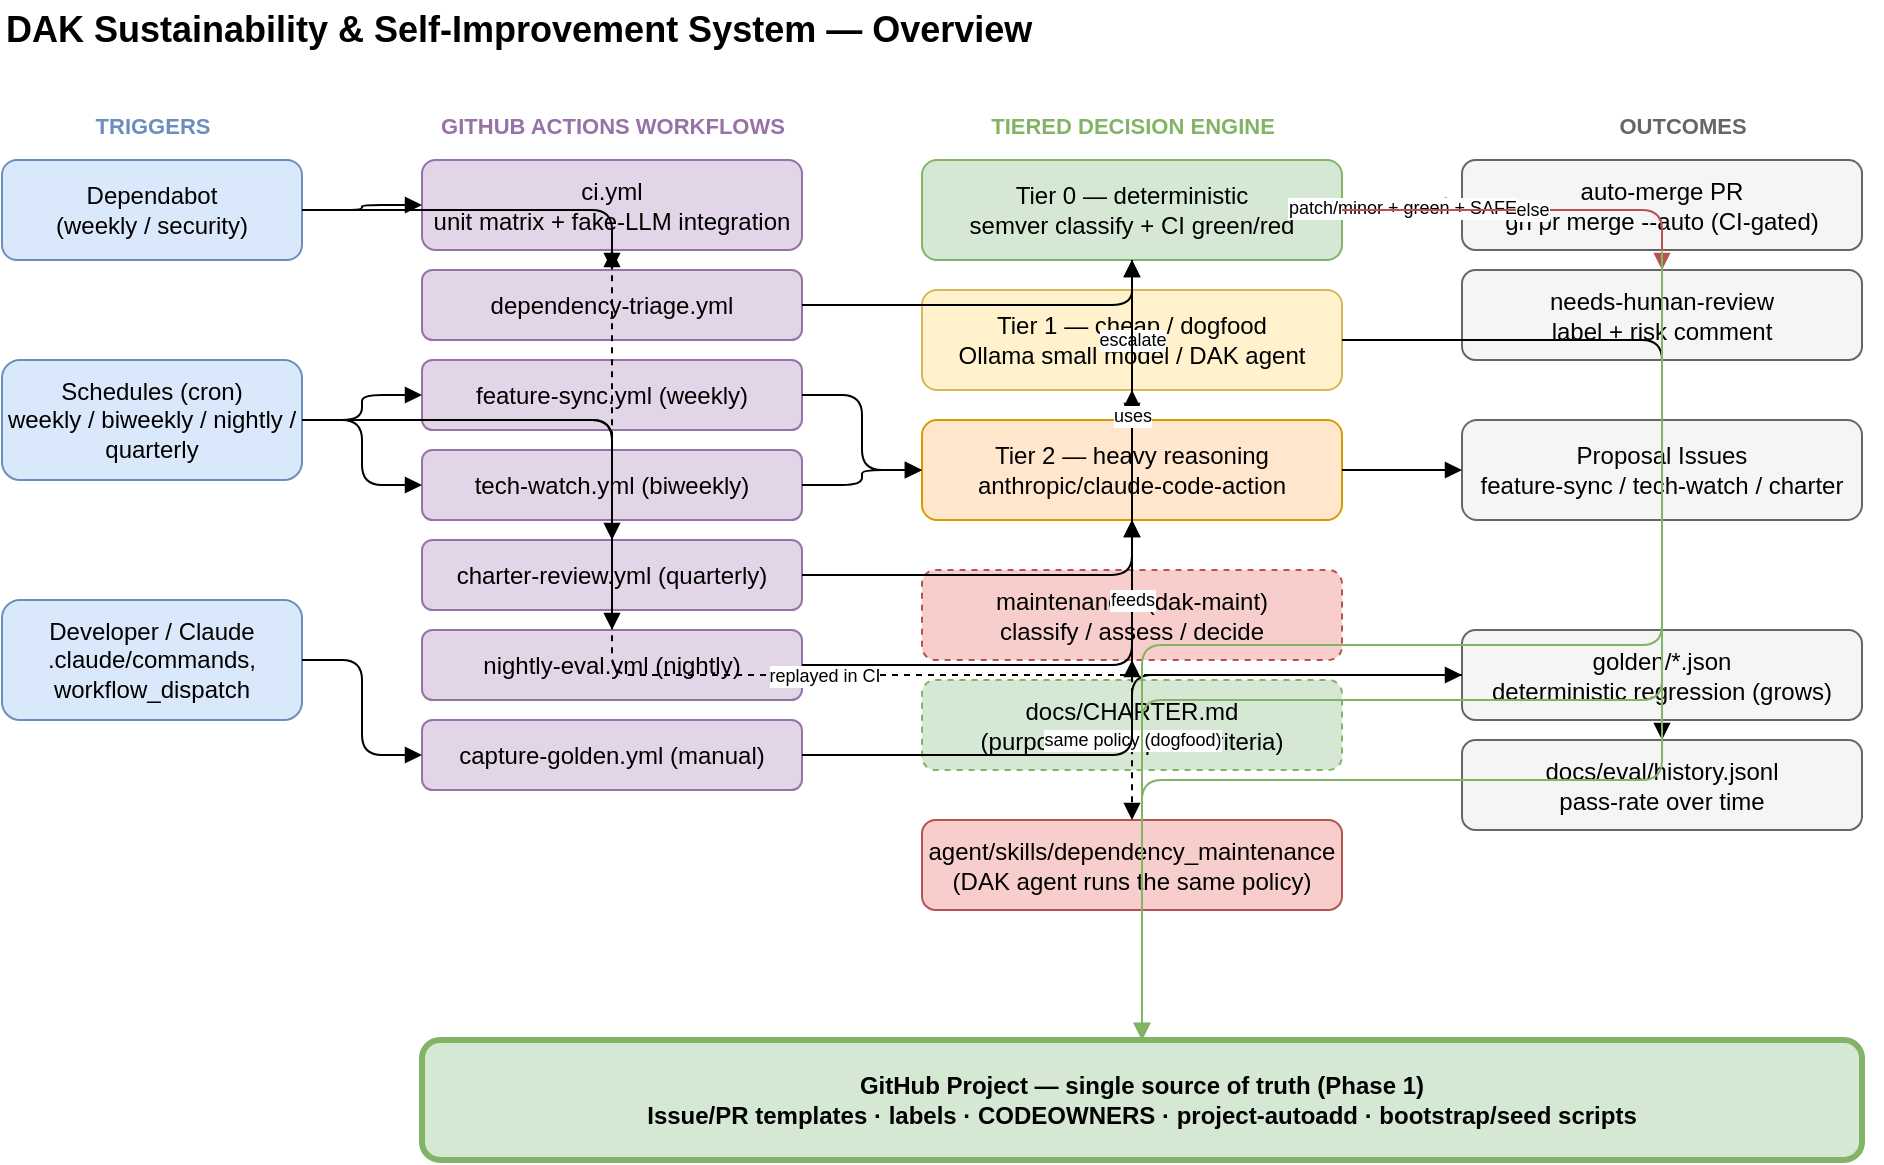
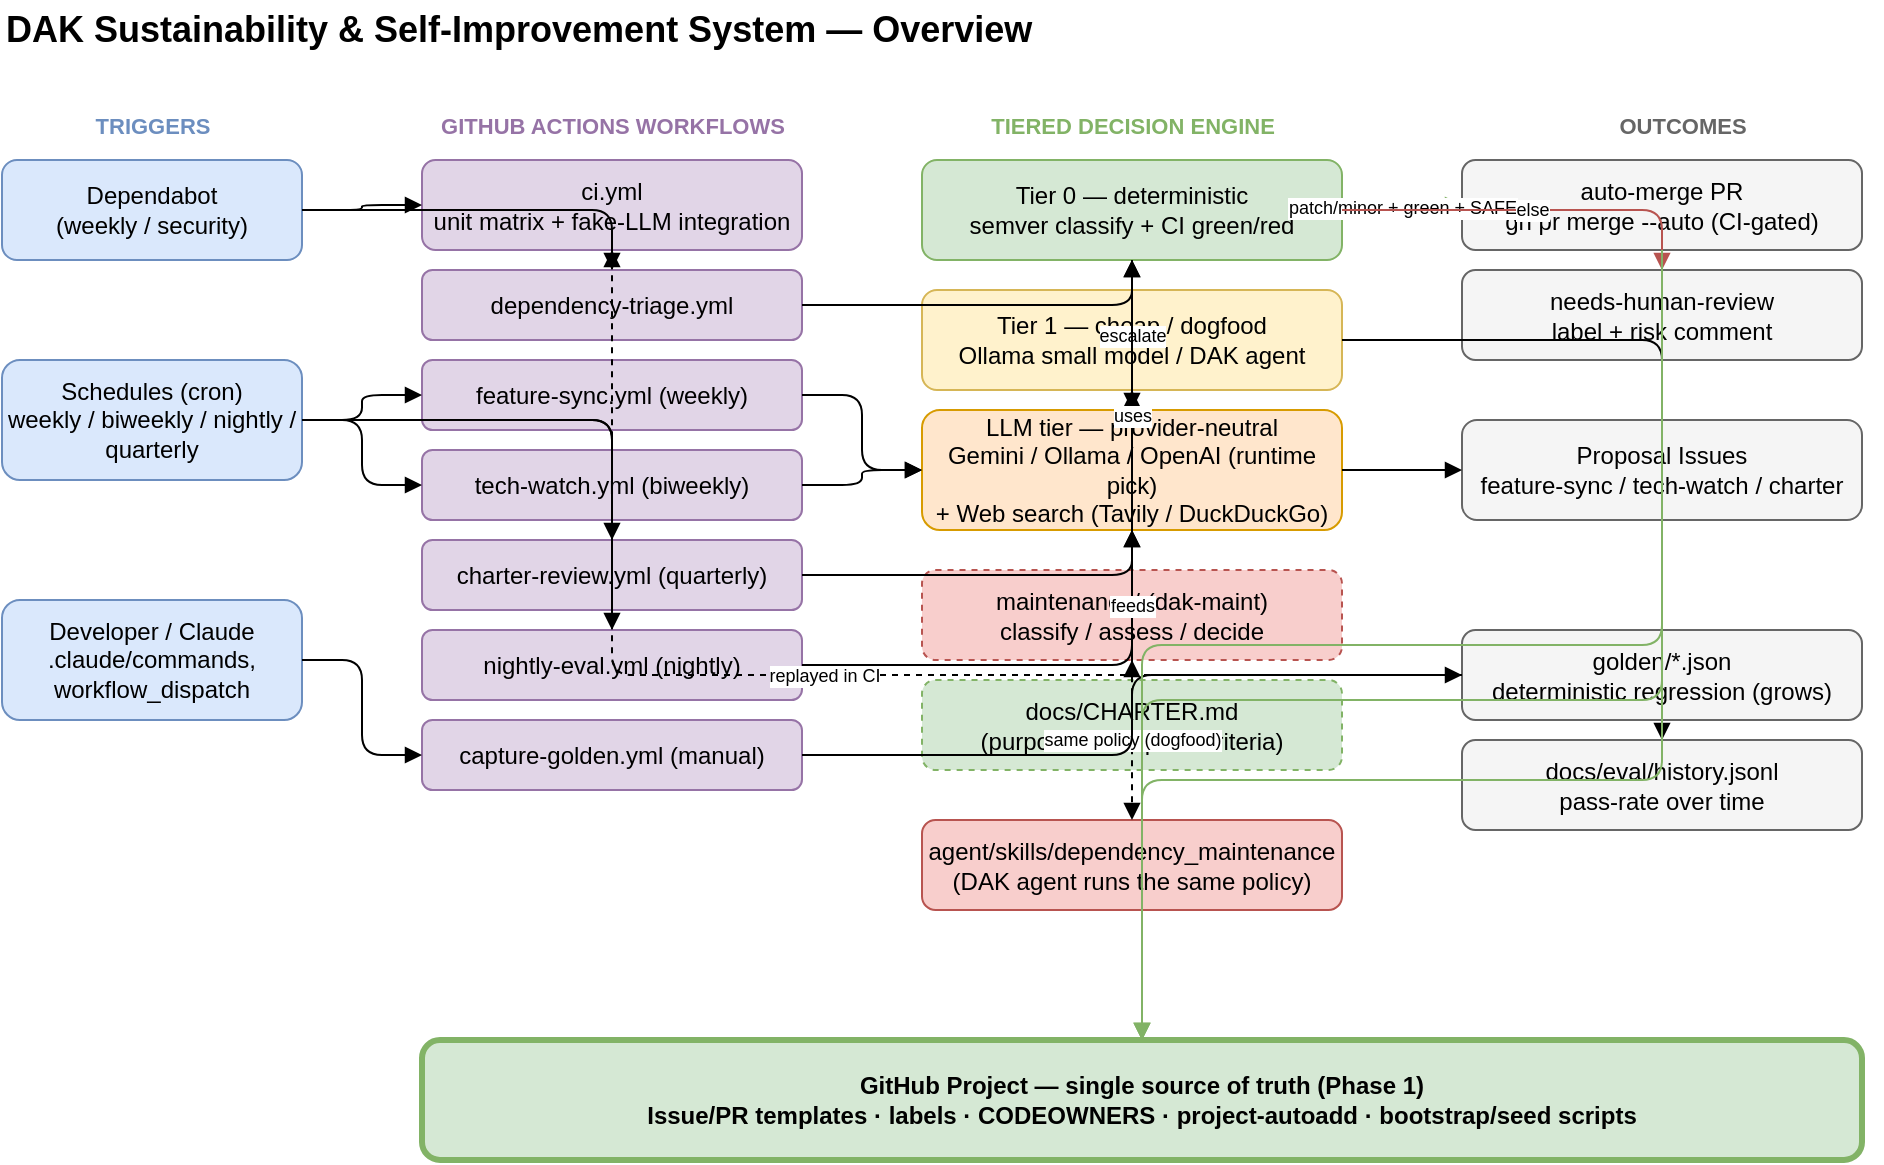
<mxfile host="app.diagrams.net" agent="DAK" version="24.0.0">
  <diagram name="1. System Overview" id="overview">
    <mxGraphModel dx="1400" dy="900" grid="1" gridSize="10" guides="1" tooltips="1" connect="1" arrows="1" fold="1" page="1" pageScale="1" pageWidth="1500" pageHeight="1000" math="0" shadow="0">
      <root>
        <mxCell id="0" />
        <mxCell id="1" parent="0" />

        <mxCell id="title" value="DAK Sustainability &amp; Self-Improvement System — Overview" style="text;html=1;fontSize=18;fontStyle=1;align=left;verticalAlign=middle;" vertex="1" parent="1">
          <mxGeometry x="40" y="20" width="800" height="30" as="geometry" />
        </mxCell>

        <!-- ===== Lane titles ===== -->
        <mxCell id="lt1" value="TRIGGERS" style="text;html=1;fontSize=11;fontStyle=1;fontColor=#6c8ebf;align=center;" vertex="1" parent="1"><mxGeometry x="40" y="70" width="150" height="20" as="geometry" /></mxCell>
        <mxCell id="lt2" value="GITHUB ACTIONS WORKFLOWS" style="text;html=1;fontSize=11;fontStyle=1;fontColor=#9673a6;align=center;" vertex="1" parent="1"><mxGeometry x="250" y="70" width="190" height="20" as="geometry" /></mxCell>
        <mxCell id="lt3" value="TIERED DECISION ENGINE" style="text;html=1;fontSize=11;fontStyle=1;fontColor=#82b366;align=center;" vertex="1" parent="1"><mxGeometry x="500" y="70" width="210" height="20" as="geometry" /></mxCell>
        <mxCell id="lt4" value="OUTCOMES" style="text;html=1;fontSize=11;fontStyle=1;fontColor=#666666;align=center;" vertex="1" parent="1"><mxGeometry x="780" y="70" width="200" height="20" as="geometry" /></mxCell>

        <!-- ===== Triggers ===== -->
        <mxCell id="T1" value="Dependabot&#10;(weekly / security)" style="rounded=1;whiteSpace=wrap;html=1;fillColor=#dae8fc;strokeColor=#6c8ebf;" vertex="1" parent="1"><mxGeometry x="40" y="100" width="150" height="50" as="geometry" /></mxCell>
        <mxCell id="T2" value="Schedules (cron)&#10;weekly / biweekly / nightly / quarterly" style="rounded=1;whiteSpace=wrap;html=1;fillColor=#dae8fc;strokeColor=#6c8ebf;" vertex="1" parent="1"><mxGeometry x="40" y="200" width="150" height="60" as="geometry" /></mxCell>
        <mxCell id="T3" value="Developer / Claude&#10;.claude/commands, workflow_dispatch" style="rounded=1;whiteSpace=wrap;html=1;fillColor=#dae8fc;strokeColor=#6c8ebf;" vertex="1" parent="1"><mxGeometry x="40" y="320" width="150" height="60" as="geometry" /></mxCell>

        <!-- ===== Workflows ===== -->
        <mxCell id="W1" value="ci.yml&#10;unit matrix + fake-LLM integration" style="rounded=1;whiteSpace=wrap;html=1;fillColor=#e1d5e7;strokeColor=#9673a6;" vertex="1" parent="1"><mxGeometry x="250" y="100" width="190" height="45" as="geometry" /></mxCell>
        <mxCell id="W2" value="dependency-triage.yml" style="rounded=1;whiteSpace=wrap;html=1;fillColor=#e1d5e7;strokeColor=#9673a6;" vertex="1" parent="1"><mxGeometry x="250" y="155" width="190" height="35" as="geometry" /></mxCell>
        <mxCell id="W3" value="feature-sync.yml (weekly)" style="rounded=1;whiteSpace=wrap;html=1;fillColor=#e1d5e7;strokeColor=#9673a6;" vertex="1" parent="1"><mxGeometry x="250" y="200" width="190" height="35" as="geometry" /></mxCell>
        <mxCell id="W4" value="tech-watch.yml (biweekly)" style="rounded=1;whiteSpace=wrap;html=1;fillColor=#e1d5e7;strokeColor=#9673a6;" vertex="1" parent="1"><mxGeometry x="250" y="245" width="190" height="35" as="geometry" /></mxCell>
        <mxCell id="W5" value="charter-review.yml (quarterly)" style="rounded=1;whiteSpace=wrap;html=1;fillColor=#e1d5e7;strokeColor=#9673a6;" vertex="1" parent="1"><mxGeometry x="250" y="290" width="190" height="35" as="geometry" /></mxCell>
        <mxCell id="W6" value="nightly-eval.yml (nightly)" style="rounded=1;whiteSpace=wrap;html=1;fillColor=#e1d5e7;strokeColor=#9673a6;" vertex="1" parent="1"><mxGeometry x="250" y="335" width="190" height="35" as="geometry" /></mxCell>
        <mxCell id="W7" value="capture-golden.yml (manual)" style="rounded=1;whiteSpace=wrap;html=1;fillColor=#e1d5e7;strokeColor=#9673a6;" vertex="1" parent="1"><mxGeometry x="250" y="380" width="190" height="35" as="geometry" /></mxCell>

        <!-- ===== Tiered engine ===== -->
        <mxCell id="E0" value="Tier 0 — deterministic&#10;semver classify + CI green/red" style="rounded=1;whiteSpace=wrap;html=1;fillColor=#d5e8d4;strokeColor=#82b366;" vertex="1" parent="1"><mxGeometry x="500" y="100" width="210" height="50" as="geometry" /></mxCell>
        <mxCell id="E1" value="Tier 1 — cheap / dogfood&#10;Ollama small model / DAK agent" style="rounded=1;whiteSpace=wrap;html=1;fillColor=#fff2cc;strokeColor=#d6b656;" vertex="1" parent="1"><mxGeometry x="500" y="165" width="210" height="50" as="geometry" /></mxCell>
-         <mxCell id="E2" value="Tier 2 — heavy reasoning&#10;anthropic/claude-code-action" style="rounded=1;whiteSpace=wrap;html=1;fillColor=#ffe6cc;strokeColor=#d79b00;" vertex="1" parent="1"><mxGeometry x="500" y="230" width="210" height="50" as="geometry" /></mxCell>
+         <mxCell id="E2" value="LLM tier — provider-neutral&#10;Gemini / Ollama / OpenAI (runtime pick)&#10;+ Web search (Tavily / DuckDuckGo)" style="rounded=1;whiteSpace=wrap;html=1;fillColor=#ffe6cc;strokeColor=#d79b00;" vertex="1" parent="1"><mxGeometry x="500" y="225" width="210" height="60" as="geometry" /></mxCell>

        <mxCell id="IN2" value="maintenance/ (dak-maint)&#10;classify / assess / decide" style="rounded=1;whiteSpace=wrap;html=1;fillColor=#f8cecc;strokeColor=#b85450;dashed=1;" vertex="1" parent="1"><mxGeometry x="500" y="305" width="210" height="45" as="geometry" /></mxCell>
        <mxCell id="IN1" value="docs/CHARTER.md&#10;(purpose &amp; adoption criteria)" style="rounded=1;whiteSpace=wrap;html=1;fillColor=#d5e8d4;strokeColor=#82b366;dashed=1;" vertex="1" parent="1"><mxGeometry x="500" y="360" width="210" height="45" as="geometry" /></mxCell>

        <!-- ===== Outcomes ===== -->
        <mxCell id="O1" value="auto-merge PR&#10;gh pr merge --auto (CI-gated)" style="rounded=1;whiteSpace=wrap;html=1;fillColor=#f5f5f5;strokeColor=#666666;" vertex="1" parent="1"><mxGeometry x="770" y="100" width="200" height="45" as="geometry" /></mxCell>
        <mxCell id="O2" value="needs-human-review&#10;label + risk comment" style="rounded=1;whiteSpace=wrap;html=1;fillColor=#f5f5f5;strokeColor=#666666;" vertex="1" parent="1"><mxGeometry x="770" y="155" width="200" height="45" as="geometry" /></mxCell>
        <mxCell id="O3" value="Proposal Issues&#10;feature-sync / tech-watch / charter" style="rounded=1;whiteSpace=wrap;html=1;fillColor=#f5f5f5;strokeColor=#666666;" vertex="1" parent="1"><mxGeometry x="770" y="230" width="200" height="50" as="geometry" /></mxCell>
        <mxCell id="O4" value="golden/*.json&#10;deterministic regression (grows)" style="rounded=1;whiteSpace=wrap;html=1;fillColor=#f5f5f5;strokeColor=#666666;" vertex="1" parent="1"><mxGeometry x="770" y="335" width="200" height="45" as="geometry" /></mxCell>
        <mxCell id="O5" value="docs/eval/history.jsonl&#10;pass-rate over time" style="rounded=1;whiteSpace=wrap;html=1;fillColor=#f5f5f5;strokeColor=#666666;" vertex="1" parent="1"><mxGeometry x="770" y="390" width="200" height="45" as="geometry" /></mxCell>

        <!-- ===== Dogfood skill ===== -->
        <mxCell id="D1" value="agent/skills/dependency_maintenance&#10;(DAK agent runs the same policy)" style="rounded=1;whiteSpace=wrap;html=1;fillColor=#f8cecc;strokeColor=#b85450;" vertex="1" parent="1"><mxGeometry x="500" y="430" width="210" height="45" as="geometry" /></mxCell>

        <!-- ===== Hub ===== -->
        <mxCell id="HUB" value="GitHub Project — single source of truth (Phase 1)&#10;Issue/PR templates · labels · CODEOWNERS · project-autoadd · bootstrap/seed scripts" style="rounded=1;whiteSpace=wrap;html=1;fillColor=#d5e8d4;strokeColor=#82b366;strokeWidth=3;fontStyle=1;" vertex="1" parent="1"><mxGeometry x="250" y="540" width="720" height="60" as="geometry" /></mxCell>

        <!-- ===== Edges ===== -->
        <mxCell id="e1" style="edgeStyle=orthogonalEdgeStyle;rounded=1;html=1;endArrow=block;" edge="1" parent="1" source="T1" target="W1"><mxGeometry relative="1" as="geometry" /></mxCell>
        <mxCell id="e2" style="edgeStyle=orthogonalEdgeStyle;rounded=1;html=1;endArrow=block;" edge="1" parent="1" source="T1" target="W2"><mxGeometry relative="1" as="geometry" /></mxCell>
        <mxCell id="e3" style="edgeStyle=orthogonalEdgeStyle;rounded=1;html=1;endArrow=block;" edge="1" parent="1" source="T2" target="W3"><mxGeometry relative="1" as="geometry" /></mxCell>
        <mxCell id="e4" style="edgeStyle=orthogonalEdgeStyle;rounded=1;html=1;endArrow=block;" edge="1" parent="1" source="T2" target="W4"><mxGeometry relative="1" as="geometry" /></mxCell>
        <mxCell id="e5" style="edgeStyle=orthogonalEdgeStyle;rounded=1;html=1;endArrow=block;" edge="1" parent="1" source="T2" target="W5"><mxGeometry relative="1" as="geometry" /></mxCell>
        <mxCell id="e6" style="edgeStyle=orthogonalEdgeStyle;rounded=1;html=1;endArrow=block;" edge="1" parent="1" source="T2" target="W6"><mxGeometry relative="1" as="geometry" /></mxCell>
        <mxCell id="e7" style="edgeStyle=orthogonalEdgeStyle;rounded=1;html=1;endArrow=block;" edge="1" parent="1" source="T3" target="W7"><mxGeometry relative="1" as="geometry" /></mxCell>

        <mxCell id="e8" style="edgeStyle=orthogonalEdgeStyle;rounded=1;html=1;endArrow=block;" edge="1" parent="1" source="W2" target="E0"><mxGeometry relative="1" as="geometry" /></mxCell>
        <mxCell id="e9" value="escalate" style="edgeStyle=orthogonalEdgeStyle;rounded=1;html=1;endArrow=block;dashed=1;fontSize=9;" edge="1" parent="1" source="E0" target="E2"><mxGeometry relative="1" as="geometry" /></mxCell>
        <mxCell id="e10" style="edgeStyle=orthogonalEdgeStyle;rounded=1;html=1;endArrow=block;" edge="1" parent="1" source="W3" target="E2"><mxGeometry relative="1" as="geometry" /></mxCell>
        <mxCell id="e11" style="edgeStyle=orthogonalEdgeStyle;rounded=1;html=1;endArrow=block;" edge="1" parent="1" source="W4" target="E2"><mxGeometry relative="1" as="geometry" /></mxCell>
        <mxCell id="e12" style="edgeStyle=orthogonalEdgeStyle;rounded=1;html=1;endArrow=block;" edge="1" parent="1" source="W5" target="E2"><mxGeometry relative="1" as="geometry" /></mxCell>
        <mxCell id="e13" style="edgeStyle=orthogonalEdgeStyle;rounded=1;html=1;endArrow=block;" edge="1" parent="1" source="W6" target="E1"><mxGeometry relative="1" as="geometry" /></mxCell>

        <mxCell id="e14" value="uses" style="edgeStyle=orthogonalEdgeStyle;rounded=1;html=1;endArrow=block;fontSize=9;" edge="1" parent="1" source="IN2" target="E0"><mxGeometry relative="1" as="geometry" /></mxCell>
        <mxCell id="e15" value="feeds" style="edgeStyle=orthogonalEdgeStyle;rounded=1;html=1;endArrow=block;fontSize=9;" edge="1" parent="1" source="IN1" target="E2"><mxGeometry relative="1" as="geometry" /></mxCell>
        <mxCell id="e16" value="same policy (dogfood)" style="edgeStyle=orthogonalEdgeStyle;rounded=1;html=1;startArrow=block;endArrow=block;dashed=1;fontSize=9;" edge="1" parent="1" source="IN2" target="D1"><mxGeometry relative="1" as="geometry" /></mxCell>

        <mxCell id="e17" value="patch/minor + green + SAFE" style="edgeStyle=orthogonalEdgeStyle;rounded=1;html=1;endArrow=block;fontSize=9;strokeColor=#82b366;" edge="1" parent="1" source="E0" target="O1"><mxGeometry relative="1" as="geometry" /></mxCell>
        <mxCell id="e18" value="else" style="edgeStyle=orthogonalEdgeStyle;rounded=1;html=1;endArrow=block;fontSize=9;strokeColor=#b85450;" edge="1" parent="1" source="E0" target="O2"><mxGeometry relative="1" as="geometry" /></mxCell>
        <mxCell id="e19" style="edgeStyle=orthogonalEdgeStyle;rounded=1;html=1;endArrow=block;" edge="1" parent="1" source="E2" target="O3"><mxGeometry relative="1" as="geometry" /></mxCell>
        <mxCell id="e20" style="edgeStyle=orthogonalEdgeStyle;rounded=1;html=1;endArrow=block;" edge="1" parent="1" source="W7" target="O4"><mxGeometry relative="1" as="geometry" /></mxCell>
        <mxCell id="e21" style="edgeStyle=orthogonalEdgeStyle;rounded=1;html=1;endArrow=block;" edge="1" parent="1" source="E1" target="O5"><mxGeometry relative="1" as="geometry" /></mxCell>
        <mxCell id="e22" value="replayed in CI" style="edgeStyle=orthogonalEdgeStyle;rounded=1;html=1;endArrow=block;dashed=1;fontSize=9;" edge="1" parent="1" source="O4" target="W1"><mxGeometry relative="1" as="geometry" /></mxCell>

        <!-- into hub -->
        <mxCell id="e23" style="edgeStyle=orthogonalEdgeStyle;rounded=1;html=1;endArrow=block;strokeColor=#82b366;" edge="1" parent="1" source="O1" target="HUB"><mxGeometry relative="1" as="geometry" /></mxCell>
        <mxCell id="e24" style="edgeStyle=orthogonalEdgeStyle;rounded=1;html=1;endArrow=block;strokeColor=#82b366;" edge="1" parent="1" source="O2" target="HUB"><mxGeometry relative="1" as="geometry" /></mxCell>
        <mxCell id="e25" style="edgeStyle=orthogonalEdgeStyle;rounded=1;html=1;endArrow=block;strokeColor=#82b366;" edge="1" parent="1" source="O3" target="HUB"><mxGeometry relative="1" as="geometry" /></mxCell>
      </root>
    </mxGraphModel>
  </diagram>

  <diagram name="2. Dependency triage flow" id="triage">
    <mxGraphModel dx="1400" dy="900" grid="1" gridSize="10" guides="1" tooltips="1" connect="1" arrows="1" fold="1" page="1" pageScale="1" pageWidth="1200" pageHeight="850" math="0" shadow="0">
      <root>
        <mxCell id="0" />
        <mxCell id="1" parent="0" />

        <mxCell id="t" value="Dependency triage — decision flow (auto-merge policy)" style="text;html=1;fontSize=16;fontStyle=1;align=left;" vertex="1" parent="1"><mxGeometry x="40" y="20" width="700" height="30" as="geometry" /></mxCell>

        <mxCell id="s" value="Dependabot opens PR" style="rounded=1;whiteSpace=wrap;html=1;fillColor=#dae8fc;strokeColor=#6c8ebf;" vertex="1" parent="1"><mxGeometry x="80" y="80" width="180" height="40" as="geometry" /></mxCell>
        <mxCell id="ci" value="ci.yml runs&#10;(unit + integration)" style="rounded=1;whiteSpace=wrap;html=1;fillColor=#e1d5e7;strokeColor=#9673a6;" vertex="1" parent="1"><mxGeometry x="80" y="150" width="180" height="45" as="geometry" /></mxCell>
        <mxCell id="tr" value="dependency-triage.yml&#10;(pull_request_target, base code only)" style="rounded=1;whiteSpace=wrap;html=1;fillColor=#e1d5e7;strokeColor=#9673a6;" vertex="1" parent="1"><mxGeometry x="60" y="225" width="220" height="50" as="geometry" /></mxCell>

        <mxCell id="d0" value="classify_update()&#10;bump = ?" style="rhombus;whiteSpace=wrap;html=1;fillColor=#d5e8d4;strokeColor=#82b366;" vertex="1" parent="1"><mxGeometry x="90" y="310" width="160" height="90" as="geometry" /></mxCell>
        <mxCell id="d1" value="CI green?" style="rhombus;whiteSpace=wrap;html=1;fillColor=#d5e8d4;strokeColor=#82b366;" vertex="1" parent="1"><mxGeometry x="350" y="315" width="130" height="80" as="geometry" /></mxCell>
        <mxCell id="ar" value="assess_risk()&#10;Tier1 heuristic/Ollama&#10;→ escalate Tier2 if needed" style="rounded=1;whiteSpace=wrap;html=1;fillColor=#fff2cc;strokeColor=#d6b656;" vertex="1" parent="1"><mxGeometry x="560" y="150" width="210" height="60" as="geometry" /></mxCell>
        <mxCell id="d2" value="risk == SAFE?" style="rhombus;whiteSpace=wrap;html=1;fillColor=#fff2cc;strokeColor=#d6b656;" vertex="1" parent="1"><mxGeometry x="590" y="250" width="150" height="80" as="geometry" /></mxCell>

        <mxCell id="am" value="AUTO-MERGE&#10;gh pr merge --auto --squash&#10;+ label auto-merge-candidate" style="rounded=1;whiteSpace=wrap;html=1;fillColor=#d5e8d4;strokeColor=#82b366;fontStyle=1;" vertex="1" parent="1"><mxGeometry x="850" y="150" width="230" height="70" as="geometry" /></mxCell>
        <mxCell id="nr" value="NEEDS HUMAN REVIEW&#10;label needs-human-review&#10;+ risk summary comment" style="rounded=1;whiteSpace=wrap;html=1;fillColor=#f8cecc;strokeColor=#b85450;fontStyle=1;" vertex="1" parent="1"><mxGeometry x="850" y="420" width="230" height="70" as="geometry" /></mxCell>
        <mxCell id="proj" value="GitHub Project (tracked)" style="rounded=1;whiteSpace=wrap;html=1;fillColor=#d5e8d4;strokeColor=#82b366;strokeWidth=2;" vertex="1" parent="1"><mxGeometry x="850" y="560" width="230" height="45" as="geometry" /></mxCell>

        <mxCell id="f1" style="edgeStyle=orthogonalEdgeStyle;rounded=1;html=1;endArrow=block;" edge="1" parent="1" source="s" target="ci"><mxGeometry relative="1" as="geometry" /></mxCell>
        <mxCell id="f2" style="edgeStyle=orthogonalEdgeStyle;rounded=1;html=1;endArrow=block;" edge="1" parent="1" source="ci" target="tr"><mxGeometry relative="1" as="geometry" /></mxCell>
        <mxCell id="f3" style="edgeStyle=orthogonalEdgeStyle;rounded=1;html=1;endArrow=block;" edge="1" parent="1" source="tr" target="d0"><mxGeometry relative="1" as="geometry" /></mxCell>
        <mxCell id="f4" value="major / unknown / none" style="edgeStyle=orthogonalEdgeStyle;rounded=1;html=1;endArrow=block;fontSize=9;strokeColor=#b85450;" edge="1" parent="1" source="d0" target="nr"><mxGeometry relative="1" as="geometry" /></mxCell>
        <mxCell id="f5" value="patch / minor" style="edgeStyle=orthogonalEdgeStyle;rounded=1;html=1;endArrow=block;fontSize=9;" edge="1" parent="1" source="d0" target="d1"><mxGeometry relative="1" as="geometry" /></mxCell>
        <mxCell id="f6" value="no" style="edgeStyle=orthogonalEdgeStyle;rounded=1;html=1;endArrow=block;fontSize=9;strokeColor=#b85450;" edge="1" parent="1" source="d1" target="nr"><mxGeometry relative="1" as="geometry" /></mxCell>
        <mxCell id="f7" value="yes" style="edgeStyle=orthogonalEdgeStyle;rounded=1;html=1;endArrow=block;fontSize=9;" edge="1" parent="1" source="d1" target="ar"><mxGeometry relative="1" as="geometry" /></mxCell>
        <mxCell id="f8" style="edgeStyle=orthogonalEdgeStyle;rounded=1;html=1;endArrow=block;" edge="1" parent="1" source="ar" target="d2"><mxGeometry relative="1" as="geometry" /></mxCell>
        <mxCell id="f9" value="yes" style="edgeStyle=orthogonalEdgeStyle;rounded=1;html=1;endArrow=block;fontSize=9;strokeColor=#82b366;" edge="1" parent="1" source="d2" target="am"><mxGeometry relative="1" as="geometry" /></mxCell>
        <mxCell id="f10" value="no (risky/breaking/unknown)" style="edgeStyle=orthogonalEdgeStyle;rounded=1;html=1;endArrow=block;fontSize=9;strokeColor=#b85450;" edge="1" parent="1" source="d2" target="nr"><mxGeometry relative="1" as="geometry" /></mxCell>
        <mxCell id="f11" value="branch protection: real merge only when CI green" style="edgeStyle=orthogonalEdgeStyle;rounded=1;html=1;endArrow=block;dashed=1;fontSize=9;" edge="1" parent="1" source="am" target="proj"><mxGeometry relative="1" as="geometry" /></mxCell>
        <mxCell id="f12" style="edgeStyle=orthogonalEdgeStyle;rounded=1;html=1;endArrow=block;" edge="1" parent="1" source="nr" target="proj"><mxGeometry relative="1" as="geometry" /></mxCell>
      </root>
    </mxGraphModel>
  </diagram>
</mxfile>
